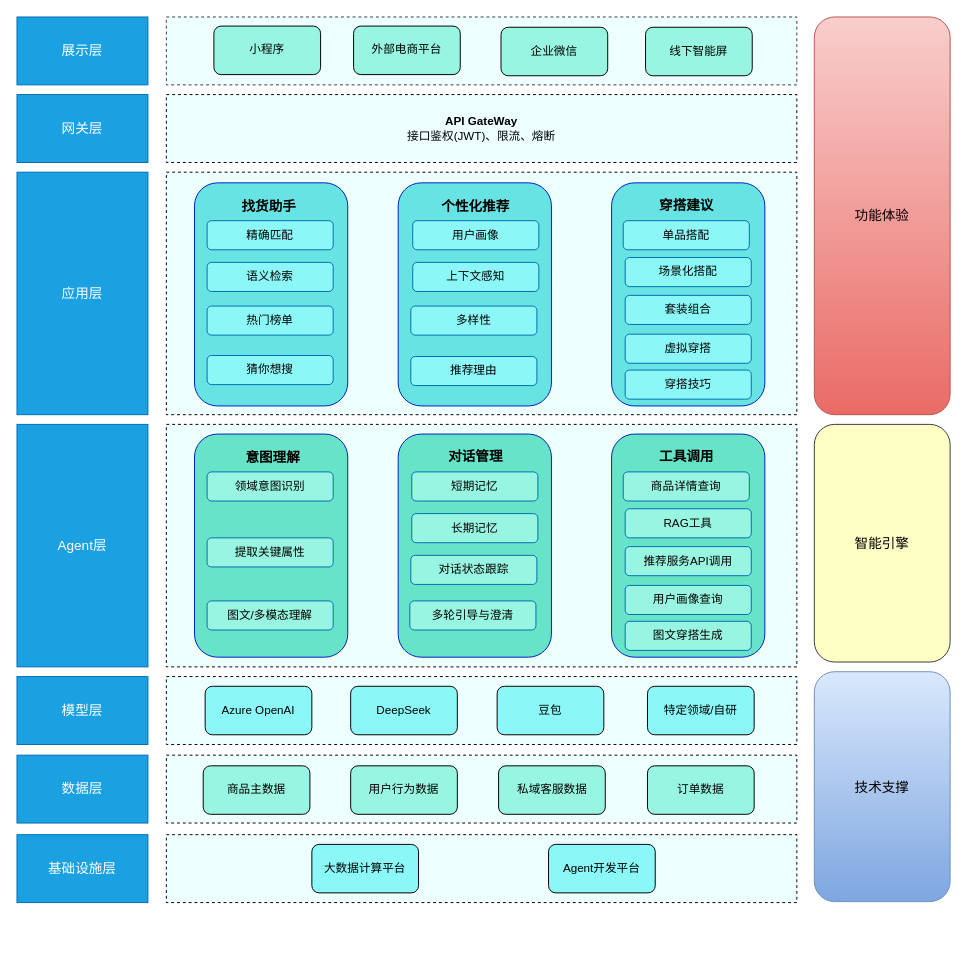
Wanke15/wanke15.github.io keeps this draw.io diagram as engineering/架构设计/智能导购架构设计图.drawio. Above is the earlier version. Source tidied: cells renumbered, new cells numbered last; positions are measured from the earlier drawing's top-left corner, leaving out a move shared by most shapes. Both pictures are drawn from the tidied source at 97%, with x=0, y=0 at pixel (16, 16).
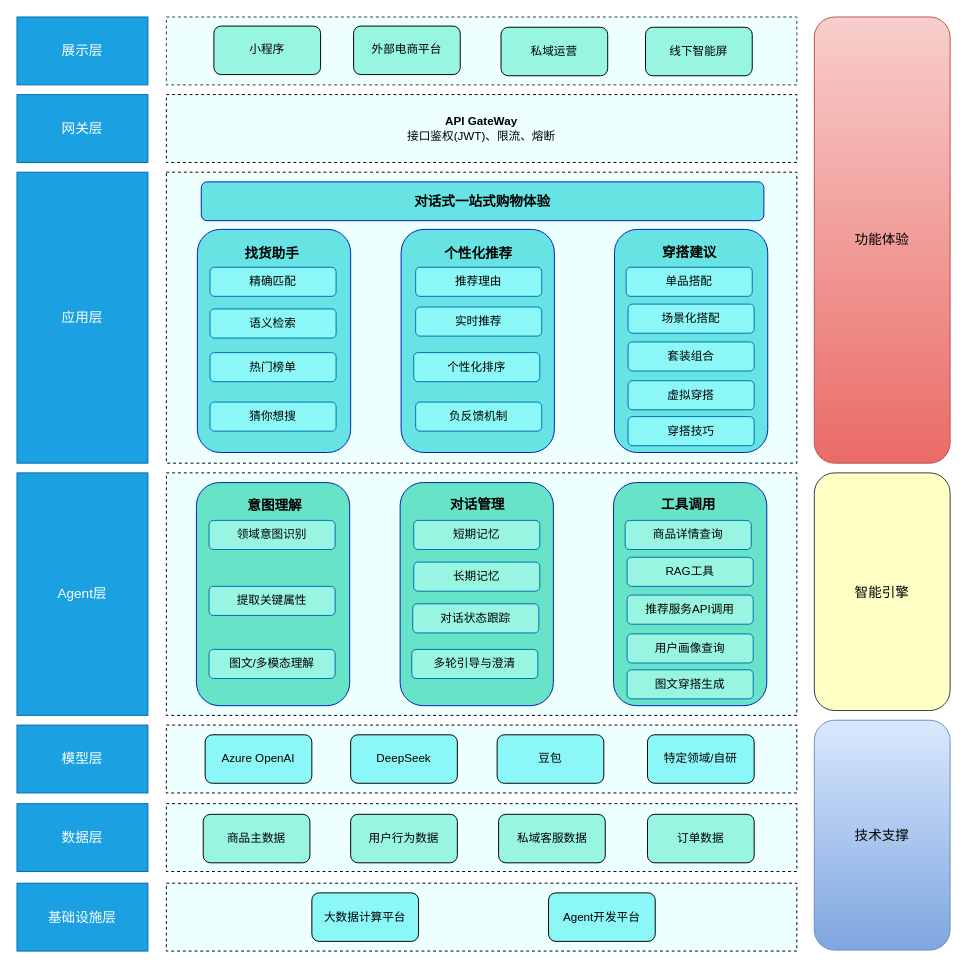
Above is the later version.

Commit message:
更新智能导购架构设计图.drawio

The edit, as a diff of the source:
```diff
@@
     <mxCell id="4" value="&lt;font style=&quot;font-size: 14px;&quot;&gt;应用层&lt;/font&gt;" style="rounded=0;whiteSpace=wrap;html=1;fillColor=#1ba1e2;strokeColor=#006EAF;fontColor=#ffffff;" parent="1" vertex="1">
-      <mxGeometry y="160" width="135" height="250" as="geometry" />
+      <mxGeometry y="160" width="135" height="300" as="geometry" />
     </mxCell>
     <mxCell id="5" style="rounded=0;whiteSpace=wrap;html=1;fillColor=#EDFFFF;strokeColor=#000000;dashed=1;" parent="1" vertex="1">
-      <mxGeometry x="154" y="160" width="650" height="250" as="geometry" />
+      <mxGeometry x="154" y="160" width="650" height="300" as="geometry" />
     </mxCell>
     <mxCell id="6" value="&lt;div style=&quot;&quot;&gt;&lt;br&gt;&lt;/div&gt;" style="rounded=1;whiteSpace=wrap;html=1;align=center;fillColor=#67E3E3;fontColor=#ffffff;strokeColor=#001DBC;" parent="1" vertex="1">
-      <mxGeometry x="183" y="171" width="158" height="230" as="geometry" />
+      <mxGeometry x="186" y="219" width="158" height="230" as="geometry" />
     </mxCell>
     <mxCell id="7" value="&lt;span style=&quot;font-size: 14px;&quot;&gt;Agent层&lt;/span&gt;" style="rounded=0;whiteSpace=wrap;html=1;fillColor=#1ba1e2;strokeColor=#006EAF;fontColor=#ffffff;" parent="1" vertex="1">
-      <mxGeometry y="420" width="135" height="250" as="geometry" />
+      <mxGeometry y="470" width="135" height="250" as="geometry" />
     </mxCell>
     <mxCell id="8" style="rounded=0;whiteSpace=wrap;html=1;fillColor=#EDFFFF;strokeColor=#000000;dashed=1;" parent="1" vertex="1">
-      <mxGeometry x="154" y="420" width="650" height="250" as="geometry" />
+      <mxGeometry x="154" y="470" width="650" height="250" as="geometry" />
     </mxCell>
     <mxCell id="9" value="&lt;font style=&quot;font-size: 14px;&quot;&gt;数据层&lt;/font&gt;" style="rounded=0;whiteSpace=wrap;html=1;fillColor=#1ba1e2;strokeColor=#006EAF;fontColor=#ffffff;" parent="1" vertex="1">
-      <mxGeometry y="761" width="135" height="70" as="geometry" />
+      <mxGeometry y="811" width="135" height="70" as="geometry" />
     </mxCell>
     <mxCell id="10" style="rounded=0;whiteSpace=wrap;html=1;fillColor=#EDFFFF;strokeColor=#000000;dashed=1;" parent="1" vertex="1">
-      <mxGeometry x="154" y="761" width="650" height="70" as="geometry" />
+      <mxGeometry x="154" y="811" width="650" height="70" as="geometry" />
     </mxCell>
     <mxCell id="11" value="商品主数据" style="rounded=1;whiteSpace=wrap;html=1;fillColor=#98F5E1;" parent="1" vertex="1">
-      <mxGeometry x="192" y="772" width="110" height="50" as="geometry" />
+      <mxGeometry x="192" y="822" width="110" height="50" as="geometry" />
     </mxCell>
     <mxCell id="12" value="用户行为数据" style="rounded=1;whiteSpace=wrap;html=1;fillColor=#98F5E1;" parent="1" vertex="1">
-      <mxGeometry x="344" y="772" width="110" height="50" as="geometry" />
+      <mxGeometry x="344" y="822" width="110" height="50" as="geometry" />
     </mxCell>
     <mxCell id="13" value="私域客服数据" style="rounded=1;whiteSpace=wrap;html=1;fillColor=#98F5E1;" parent="1" vertex="1">
-      <mxGeometry x="496.5" y="772" width="110" height="50" as="geometry" />
+      <mxGeometry x="496.5" y="822" width="110" height="50" as="geometry" />
     </mxCell>
     <mxCell id="14" value="&lt;font style=&quot;font-size: 14px;&quot;&gt;基础设施层&lt;/font&gt;" style="rounded=0;whiteSpace=wrap;html=1;fillColor=#1ba1e2;strokeColor=#006EAF;fontColor=#ffffff;" parent="1" vertex="1">
-      <mxGeometry y="843" width="135" height="70" as="geometry" />
+      <mxGeometry y="893" width="135" height="70" as="geometry" />
     </mxCell>
     <mxCell id="15" style="rounded=0;whiteSpace=wrap;html=1;fillColor=#EDFFFF;strokeColor=#000000;dashed=1;" parent="1" vertex="1">
-      <mxGeometry x="154" y="843" width="650" height="70" as="geometry" />
+      <mxGeometry x="154" y="893" width="650" height="70" as="geometry" />
     </mxCell>
     <mxCell id="16" value="大数据计算平台" style="rounded=1;whiteSpace=wrap;html=1;fillColor=#8BF7F7;" parent="1" vertex="1">
-      <mxGeometry x="304" y="853" width="110" height="50" as="geometry" />
+      <mxGeometry x="304" y="903" width="110" height="50" as="geometry" />
     </mxCell>
     <mxCell id="17" value="Agent开发平台" style="rounded=1;whiteSpace=wrap;html=1;fillColor=#8BF7F7;" parent="1" vertex="1">
-      <mxGeometry x="548" y="853" width="110" height="50" as="geometry" />
+      <mxGeometry x="548" y="903" width="110" height="50" as="geometry" />
     </mxCell>
@@
-    <mxCell id="23" value="企业微信" style="rounded=1;whiteSpace=wrap;html=1;fillColor=#98F5E1;" parent="1" vertex="1">
+    <mxCell id="23" value="私域运营" style="rounded=1;whiteSpace=wrap;html=1;fillColor=#98F5E1;" parent="1" vertex="1">
       <mxGeometry x="499" y="10.6" width="110" height="50" as="geometry" />
     </mxCell>
     <mxCell id="24" value="&lt;font style=&quot;font-size: 14px;&quot;&gt;技术支撑&lt;/font&gt;" style="rounded=1;whiteSpace=wrap;html=1;gradientColor=#7ea6e0;fillColor=#dae8fc;strokeColor=#6c8ebf;" parent="1" vertex="1">
-      <mxGeometry x="822" y="675" width="140" height="237" as="geometry" />
+      <mxGeometry x="822" y="725" width="140" height="237" as="geometry" />
     </mxCell>
     <mxCell id="25" value="&lt;font style=&quot;font-size: 14px;&quot;&gt;智能引擎&lt;/font&gt;" style="rounded=1;whiteSpace=wrap;html=1;strokeColor=#36393d;gradientDirection=south;fillColor=#FDFFC4;" parent="1" vertex="1">
-      <mxGeometry x="822" y="420" width="140" height="245" as="geometry" />
+      <mxGeometry x="822" y="470" width="140" height="245" as="geometry" />
     </mxCell>
     <mxCell id="26" value="&lt;font style=&quot;font-size: 14px;&quot;&gt;功能体验&lt;/font&gt;" style="rounded=1;whiteSpace=wrap;html=1;gradientColor=#ea6b66;fillColor=#f8cecc;strokeColor=#b85450;glass=0;" parent="1" vertex="1">
-      <mxGeometry x="822" width="140" height="410" as="geometry" />
+      <mxGeometry x="822" width="140" height="460" as="geometry" />
     </mxCell>
     <mxCell id="27" value="&lt;span style=&quot;color: rgb(0, 0, 0);&quot;&gt;精确匹配&lt;/span&gt;" style="rounded=1;whiteSpace=wrap;html=1;fillColor=#8BF7F7;fontColor=#ffffff;strokeColor=#006EAF;" parent="1" vertex="1">
-      <mxGeometry x="196" y="210" width="130" height="30" as="geometry" />
+      <mxGeometry x="199" y="258" width="130" height="30" as="geometry" />
     </mxCell>
     <mxCell id="28" value="&lt;font style=&quot;font-size: 14px;&quot;&gt;&lt;b&gt;找货助手&lt;/b&gt;&lt;/font&gt;" style="text;html=1;whiteSpace=wrap;strokeColor=none;fillColor=none;align=center;verticalAlign=middle;rounded=0;" parent="1" vertex="1">
-      <mxGeometry x="230" y="181" width="60" height="30" as="geometry" />
+      <mxGeometry x="233" y="229" width="60" height="30" as="geometry" />
     </mxCell>
     <mxCell id="29" value="&lt;div style=&quot;&quot;&gt;&lt;br&gt;&lt;/div&gt;" style="rounded=1;whiteSpace=wrap;html=1;align=center;fillColor=#67E3E3;fontColor=#ffffff;strokeColor=#001DBC;" parent="1" vertex="1">
-      <mxGeometry x="393" y="171" width="158" height="230" as="geometry" />
+      <mxGeometry x="396" y="219" width="158" height="230" as="geometry" />
     </mxCell>
-    <mxCell id="30" value="&lt;font style=&quot;color: rgb(0, 0, 0);&quot;&gt;用户画像&lt;/font&gt;" style="rounded=1;whiteSpace=wrap;html=1;fillColor=#8BF7F7;fontColor=#ffffff;strokeColor=#006EAF;" parent="1" vertex="1">
-      <mxGeometry x="408" y="210" width="130" height="30" as="geometry" />
+    <mxCell id="30" value="&lt;span style=&quot;color: rgb(0, 0, 0);&quot;&gt;推荐理由&lt;/span&gt;" style="rounded=1;whiteSpace=wrap;html=1;fillColor=#8BF7F7;fontColor=#ffffff;strokeColor=#006EAF;" parent="1" vertex="1">
+      <mxGeometry x="411" y="258" width="130" height="30" as="geometry" />
     </mxCell>
     <mxCell id="31" value="&lt;font style=&quot;font-size: 14px;&quot;&gt;&lt;b&gt;个性化推荐&lt;/b&gt;&lt;/font&gt;" style="text;html=1;whiteSpace=wrap;strokeColor=none;fillColor=none;align=center;verticalAlign=middle;rounded=0;" parent="1" vertex="1">
-      <mxGeometry x="433" y="181" width="80" height="30" as="geometry" />
+      <mxGeometry x="436" y="229" width="80" height="30" as="geometry" />
     </mxCell>
     <mxCell id="32" value="&lt;div style=&quot;&quot;&gt;&lt;br&gt;&lt;/div&gt;" style="rounded=1;whiteSpace=wrap;html=1;align=center;fillColor=#67E3E3;fontColor=#ffffff;strokeColor=#001DBC;" parent="1" vertex="1">
-      <mxGeometry x="613" y="171" width="158" height="230" as="geometry" />
+      <mxGeometry x="616" y="219" width="158" height="230" as="geometry" />
     </mxCell>
     <mxCell id="33" value="&lt;font style=&quot;color: rgb(0, 0, 0);&quot;&gt;单品搭配&lt;/font&gt;" style="rounded=1;whiteSpace=wrap;html=1;fillColor=#8BF7F7;fontColor=#ffffff;strokeColor=#006EAF;" parent="1" vertex="1">
-      <mxGeometry x="625" y="210" width="130" height="30" as="geometry" />
+      <mxGeometry x="628" y="258" width="130" height="30" as="geometry" />
     </mxCell>
     <mxCell id="34" value="&lt;font style=&quot;font-size: 14px;&quot;&gt;&lt;b&gt;穿搭建议&lt;/b&gt;&lt;/font&gt;" style="text;html=1;whiteSpace=wrap;strokeColor=none;fillColor=none;align=center;verticalAlign=middle;rounded=0;" parent="1" vertex="1">
-      <mxGeometry x="658" y="180" width="65" height="30" as="geometry" />
+      <mxGeometry x="661" y="228" width="65" height="30" as="geometry" />
     </mxCell>
     <mxCell id="35" value="&lt;font color=&quot;#000000&quot;&gt;语义检索&lt;/font&gt;" style="rounded=1;whiteSpace=wrap;html=1;fillColor=#8BF7F7;fontColor=#ffffff;strokeColor=#006EAF;" parent="1" vertex="1">
-      <mxGeometry x="196" y="253" width="130" height="30" as="geometry" />
+      <mxGeometry x="199" y="301" width="130" height="30" as="geometry" />
     </mxCell>
     <mxCell id="36" value="&lt;font color=&quot;#000000&quot;&gt;热门榜单&lt;/font&gt;" style="rounded=1;whiteSpace=wrap;html=1;fillColor=#8BF7F7;fontColor=#ffffff;strokeColor=#006EAF;" parent="1" vertex="1">
-      <mxGeometry x="196" y="298" width="130" height="30" as="geometry" />
+      <mxGeometry x="199" y="346" width="130" height="30" as="geometry" />
     </mxCell>
     <mxCell id="37" value="&lt;font color=&quot;#000000&quot;&gt;猜你想搜&lt;/font&gt;" style="rounded=1;whiteSpace=wrap;html=1;fillColor=#8BF7F7;fontColor=#ffffff;strokeColor=#006EAF;" parent="1" vertex="1">
-      <mxGeometry x="196" y="349" width="130" height="30" as="geometry" />
+      <mxGeometry x="199" y="397" width="130" height="30" as="geometry" />
     </mxCell>
-    <mxCell id="38" value="&lt;font style=&quot;color: rgb(0, 0, 0);&quot;&gt;上下文感知&lt;/font&gt;" style="rounded=1;whiteSpace=wrap;html=1;fillColor=#8BF7F7;fontColor=#ffffff;strokeColor=#006EAF;" parent="1" vertex="1">
-      <mxGeometry x="408" y="253" width="130" height="30" as="geometry" />
+    <mxCell id="38" value="&lt;font color=&quot;#000000&quot;&gt;实时推荐&lt;/font&gt;" style="rounded=1;whiteSpace=wrap;html=1;fillColor=#8BF7F7;fontColor=#ffffff;strokeColor=#006EAF;" parent="1" vertex="1">
+      <mxGeometry x="411" y="299" width="130" height="30" as="geometry" />
     </mxCell>
-    <mxCell id="39" value="&lt;font style=&quot;color: rgb(0, 0, 0);&quot;&gt;多样性&lt;/font&gt;" style="rounded=1;whiteSpace=wrap;html=1;fillColor=#8BF7F7;fontColor=#ffffff;strokeColor=#006EAF;" parent="1" vertex="1">
-      <mxGeometry x="406" y="298" width="130" height="30" as="geometry" />
+    <mxCell id="39" value="&lt;font style=&quot;color: rgb(0, 0, 0);&quot;&gt;个性化排序&lt;/font&gt;" style="rounded=1;whiteSpace=wrap;html=1;fillColor=#8BF7F7;fontColor=#ffffff;strokeColor=#006EAF;" parent="1" vertex="1">
+      <mxGeometry x="409" y="346" width="130" height="30" as="geometry" />
     </mxCell>
-    <mxCell id="40" value="&lt;font color=&quot;#000000&quot;&gt;推荐理由&lt;/font&gt;" style="rounded=1;whiteSpace=wrap;html=1;fillColor=#8BF7F7;fontColor=#ffffff;strokeColor=#006EAF;" parent="1" vertex="1">
-      <mxGeometry x="406" y="350" width="130" height="30" as="geometry" />
-    </mxCell>
     <mxCell id="41" value="&lt;font style=&quot;color: rgb(0, 0, 0);&quot;&gt;场景化搭配&lt;/font&gt;" style="rounded=1;whiteSpace=wrap;html=1;fillColor=#8BF7F7;fontColor=#ffffff;strokeColor=#006EAF;" parent="1" vertex="1">
-      <mxGeometry x="627" y="248" width="130" height="30" as="geometry" />
+      <mxGeometry x="630" y="296" width="130" height="30" as="geometry" />
     </mxCell>
     <mxCell id="42" value="&lt;font color=&quot;#000000&quot;&gt;套装组合&lt;/font&gt;" style="rounded=1;whiteSpace=wrap;html=1;fillColor=#8BF7F7;fontColor=#ffffff;strokeColor=#006EAF;" parent="1" vertex="1">
-      <mxGeometry x="627" y="287" width="130" height="30" as="geometry" />
+      <mxGeometry x="630" y="335" width="130" height="30" as="geometry" />
     </mxCell>
     <mxCell id="43" value="&lt;font color=&quot;#000000&quot;&gt;穿搭技巧&lt;/font&gt;" style="rounded=1;whiteSpace=wrap;html=1;fillColor=#8BF7F7;fontColor=#ffffff;strokeColor=#006EAF;" parent="1" vertex="1">
-      <mxGeometry x="627" y="364" width="130" height="30" as="geometry" />
+      <mxGeometry x="630" y="412" width="130" height="30" as="geometry" />
     </mxCell>
     <mxCell id="44" value="&lt;font color=&quot;#000000&quot;&gt;虚拟穿搭&lt;/font&gt;" style="rounded=1;whiteSpace=wrap;html=1;fillColor=#8BF7F7;fontColor=#ffffff;strokeColor=#006EAF;" parent="1" vertex="1">
-      <mxGeometry x="627" y="327" width="130" height="30" as="geometry" />
+      <mxGeometry x="630" y="375" width="130" height="30" as="geometry" />
     </mxCell>
     <mxCell id="45" value="订单数据" style="rounded=1;whiteSpace=wrap;html=1;fillColor=#98F5E1;" parent="1" vertex="1">
-      <mxGeometry x="650" y="772" width="110" height="50" as="geometry" />
+      <mxGeometry x="650" y="822" width="110" height="50" as="geometry" />
     </mxCell>
     <mxCell id="46" value="&lt;div style=&quot;&quot;&gt;&lt;br&gt;&lt;/div&gt;" style="rounded=1;whiteSpace=wrap;html=1;align=center;fillColor=#67E3C8;fontColor=#ffffff;strokeColor=#001DBC;" parent="1" vertex="1">
-      <mxGeometry x="183" y="430" width="158" height="230" as="geometry" />
+      <mxGeometry x="185" y="480" width="158" height="230" as="geometry" />
     </mxCell>
     <mxCell id="47" value="&lt;span style=&quot;color: rgb(0, 0, 0);&quot;&gt;领域意图识别&lt;/span&gt;" style="rounded=1;whiteSpace=wrap;html=1;fillColor=#98F5E1;fontColor=#ffffff;strokeColor=#006EAF;" parent="1" vertex="1">
-      <mxGeometry x="196" y="469" width="130" height="30" as="geometry" />
+      <mxGeometry x="198" y="519" width="130" height="30" as="geometry" />
     </mxCell>
     <mxCell id="48" value="&lt;font style=&quot;font-size: 14px;&quot;&gt;&lt;b&gt;意图理解&lt;/b&gt;&lt;/font&gt;" style="text;html=1;whiteSpace=wrap;strokeColor=none;fillColor=none;align=center;verticalAlign=middle;rounded=0;" parent="1" vertex="1">
-      <mxGeometry x="224" y="439" width="80" height="30" as="geometry" />
+      <mxGeometry x="226" y="489" width="80" height="30" as="geometry" />
     </mxCell>
     <mxCell id="49" value="&lt;div style=&quot;&quot;&gt;&lt;br&gt;&lt;/div&gt;" style="rounded=1;whiteSpace=wrap;html=1;align=center;fillColor=#67E3C8;fontColor=#ffffff;strokeColor=#001DBC;" parent="1" vertex="1">
-      <mxGeometry x="393" y="430" width="158" height="230" as="geometry" />
+      <mxGeometry x="395" y="480" width="158" height="230" as="geometry" />
     </mxCell>
     <mxCell id="50" value="&lt;font style=&quot;color: rgb(0, 0, 0);&quot;&gt;短期记忆&lt;/font&gt;" style="rounded=1;whiteSpace=wrap;html=1;fillColor=#98F5E1;fontColor=#ffffff;strokeColor=#006EAF;" parent="1" vertex="1">
-      <mxGeometry x="407" y="469" width="130" height="30" as="geometry" />
+      <mxGeometry x="409" y="519" width="130" height="30" as="geometry" />
     </mxCell>
     <mxCell id="51" value="&lt;span style=&quot;font-size: 14px;&quot;&gt;&lt;b&gt;对话管理&lt;/b&gt;&lt;/span&gt;" style="text;html=1;whiteSpace=wrap;strokeColor=none;fillColor=none;align=center;verticalAlign=middle;rounded=0;" parent="1" vertex="1">
-      <mxGeometry x="433" y="438" width="80" height="30" as="geometry" />
+      <mxGeometry x="435" y="488" width="80" height="30" as="geometry" />
     </mxCell>
     <mxCell id="52" value="&lt;div style=&quot;&quot;&gt;&lt;br&gt;&lt;/div&gt;" style="rounded=1;whiteSpace=wrap;html=1;align=center;fillColor=#67E3C8;fontColor=#ffffff;strokeColor=#001DBC;" parent="1" vertex="1">
-      <mxGeometry x="613" y="430" width="158" height="230" as="geometry" />
+      <mxGeometry x="615" y="480" width="158" height="230" as="geometry" />
     </mxCell>
     <mxCell id="53" value="&lt;font style=&quot;color: rgb(0, 0, 0);&quot;&gt;商品详情查询&lt;/font&gt;" style="rounded=1;whiteSpace=wrap;html=1;fillColor=#98F5E1;fontColor=#ffffff;strokeColor=#006EAF;" parent="1" vertex="1">
-      <mxGeometry x="625" y="469" width="130" height="30" as="geometry" />
+      <mxGeometry x="627" y="519" width="130" height="30" as="geometry" />
     </mxCell>
     <mxCell id="54" value="&lt;font style=&quot;font-size: 14px;&quot;&gt;&lt;b&gt;工具调用&lt;/b&gt;&lt;/font&gt;" style="text;html=1;whiteSpace=wrap;strokeColor=none;fillColor=none;align=center;verticalAlign=middle;rounded=0;" parent="1" vertex="1">
-      <mxGeometry x="658" y="438" width="65" height="30" as="geometry" />
+      <mxGeometry x="660" y="488" width="65" height="30" as="geometry" />
     </mxCell>
     <mxCell id="55" value="&lt;font color=&quot;#000000&quot;&gt;提取关键属性&lt;/font&gt;" style="rounded=1;whiteSpace=wrap;html=1;fillColor=#98F5E1;fontColor=#ffffff;strokeColor=#006EAF;" parent="1" vertex="1">
-      <mxGeometry x="196" y="537" width="130" height="30" as="geometry" />
+      <mxGeometry x="198" y="587" width="130" height="30" as="geometry" />
     </mxCell>
     <mxCell id="56" value="&lt;font color=&quot;#000000&quot;&gt;图文/多模态理解&lt;/font&gt;" style="rounded=1;whiteSpace=wrap;html=1;fillColor=#98F5E1;fontColor=#ffffff;strokeColor=#006EAF;" parent="1" vertex="1">
-      <mxGeometry x="196" y="602" width="130" height="30" as="geometry" />
+      <mxGeometry x="198" y="652" width="130" height="30" as="geometry" />
     </mxCell>
     <mxCell id="57" value="&lt;font style=&quot;color: rgb(0, 0, 0);&quot;&gt;长期记忆&lt;/font&gt;" style="rounded=1;whiteSpace=wrap;html=1;fillColor=#98F5E1;fontColor=#ffffff;strokeColor=#006EAF;" parent="1" vertex="1">
-      <mxGeometry x="407" y="512" width="130" height="30" as="geometry" />
+      <mxGeometry x="409" y="562" width="130" height="30" as="geometry" />
     </mxCell>
     <mxCell id="58" value="&lt;font style=&quot;color: rgb(0, 0, 0);&quot;&gt;对话状态跟踪&lt;/font&gt;" style="rounded=1;whiteSpace=wrap;html=1;fillColor=#98F5E1;fontColor=#ffffff;strokeColor=#006EAF;" parent="1" vertex="1">
-      <mxGeometry x="406" y="555" width="130" height="30" as="geometry" />
+      <mxGeometry x="408" y="605" width="130" height="30" as="geometry" />
     </mxCell>
     <mxCell id="59" value="&lt;font style=&quot;color: rgb(0, 0, 0);&quot;&gt;RAG工具&lt;/font&gt;" style="rounded=1;whiteSpace=wrap;html=1;fillColor=#98F5E1;fontColor=#ffffff;strokeColor=#006EAF;" parent="1" vertex="1">
-      <mxGeometry x="627" y="507" width="130" height="30" as="geometry" />
+      <mxGeometry x="629" y="557" width="130" height="30" as="geometry" />
     </mxCell>
     <mxCell id="60" value="&lt;font color=&quot;#000000&quot;&gt;推荐服务API调用&lt;/font&gt;" style="rounded=1;whiteSpace=wrap;html=1;fillColor=#98F5E1;fontColor=#ffffff;strokeColor=#006EAF;" parent="1" vertex="1">
-      <mxGeometry x="627" y="546" width="130" height="30" as="geometry" />
+      <mxGeometry x="629" y="596" width="130" height="30" as="geometry" />
     </mxCell>
     <mxCell id="61" value="&lt;font color=&quot;#000000&quot;&gt;图文穿搭生成&lt;/font&gt;" style="rounded=1;whiteSpace=wrap;html=1;fillColor=#98F5E1;fontColor=#ffffff;strokeColor=#006EAF;" parent="1" vertex="1">
-      <mxGeometry x="627" y="623" width="130" height="30" as="geometry" />
+      <mxGeometry x="629" y="673" width="130" height="30" as="geometry" />
     </mxCell>
     <mxCell id="62" value="&lt;font color=&quot;#000000&quot;&gt;用户画像查询&lt;/font&gt;" style="rounded=1;whiteSpace=wrap;html=1;fillColor=#98F5E1;fontColor=#ffffff;strokeColor=#006EAF;" parent="1" vertex="1">
-      <mxGeometry x="627" y="586" width="130" height="30" as="geometry" />
+      <mxGeometry x="629" y="636" width="130" height="30" as="geometry" />
     </mxCell>
     <mxCell id="63" value="&lt;font style=&quot;color: rgb(0, 0, 0);&quot;&gt;多轮引导与澄清&lt;/font&gt;" style="rounded=1;whiteSpace=wrap;html=1;fillColor=#98F5E1;fontColor=#ffffff;strokeColor=#006EAF;" parent="1" vertex="1">
-      <mxGeometry x="405" y="602" width="130" height="30" as="geometry" />
+      <mxGeometry x="407" y="652" width="130" height="30" as="geometry" />
     </mxCell>
     <mxCell id="64" value="&lt;font style=&quot;font-size: 14px;&quot;&gt;模型层&lt;/font&gt;" style="rounded=0;whiteSpace=wrap;html=1;fillColor=#1ba1e2;strokeColor=#006EAF;fontColor=#ffffff;" parent="1" vertex="1">
-      <mxGeometry y="680" width="135" height="70" as="geometry" />
+      <mxGeometry y="730" width="135" height="70" as="geometry" />
     </mxCell>
     <mxCell id="65" style="rounded=0;whiteSpace=wrap;html=1;fillColor=#EDFFFF;strokeColor=#000000;dashed=1;" parent="1" vertex="1">
-      <mxGeometry x="154" y="680" width="650" height="70" as="geometry" />
+      <mxGeometry x="154" y="730" width="650" height="70" as="geometry" />
     </mxCell>
     <mxCell id="66" value="Azure OpenAI" style="rounded=1;whiteSpace=wrap;html=1;fillColor=#8BF7F7;" parent="1" vertex="1">
-      <mxGeometry x="194" y="690" width="110" height="50" as="geometry" />
+      <mxGeometry x="194" y="740" width="110" height="50" as="geometry" />
     </mxCell>
     <mxCell id="67" value="特定领域/自研" style="rounded=1;whiteSpace=wrap;html=1;fillColor=#8BF7F7;" parent="1" vertex="1">
-      <mxGeometry x="650" y="690" width="110" height="50" as="geometry" />
+      <mxGeometry x="650" y="740" width="110" height="50" as="geometry" />
     </mxCell>
     <mxCell id="68" value="DeepSeek" style="rounded=1;whiteSpace=wrap;html=1;fillColor=#8BF7F7;" parent="1" vertex="1">
-      <mxGeometry x="344" y="690" width="110" height="50" as="geometry" />
+      <mxGeometry x="344" y="740" width="110" height="50" as="geometry" />
     </mxCell>
     <mxCell id="69" value="豆包" style="rounded=1;whiteSpace=wrap;html=1;fillColor=#8BF7F7;" parent="1" vertex="1">
-      <mxGeometry x="495" y="690" width="110" height="50" as="geometry" />
+      <mxGeometry x="495" y="740" width="110" height="50" as="geometry" />
     </mxCell>
+    <mxCell id="70" value="&lt;div style=&quot;&quot;&gt;&lt;b&gt;&lt;font style=&quot;font-size: 14px; color: rgb(0, 0, 0);&quot;&gt;对话式一站式购物体验&lt;/font&gt;&lt;/b&gt;&lt;/div&gt;" style="rounded=1;whiteSpace=wrap;html=1;align=center;fillColor=#67E3E3;fontColor=#ffffff;strokeColor=#001DBC;" parent="1" vertex="1">
+      <mxGeometry x="190" y="170" width="580" height="40" as="geometry" />
+    </mxCell>
+    <mxCell id="71" value="&lt;font style=&quot;color: rgb(0, 0, 0);&quot;&gt;负反馈机制&lt;/font&gt;" style="rounded=1;whiteSpace=wrap;html=1;fillColor=#8BF7F7;fontColor=#ffffff;strokeColor=#006EAF;" parent="1" vertex="1">
+      <mxGeometry x="411" y="397" width="130" height="30" as="geometry" />
+    </mxCell>
```
